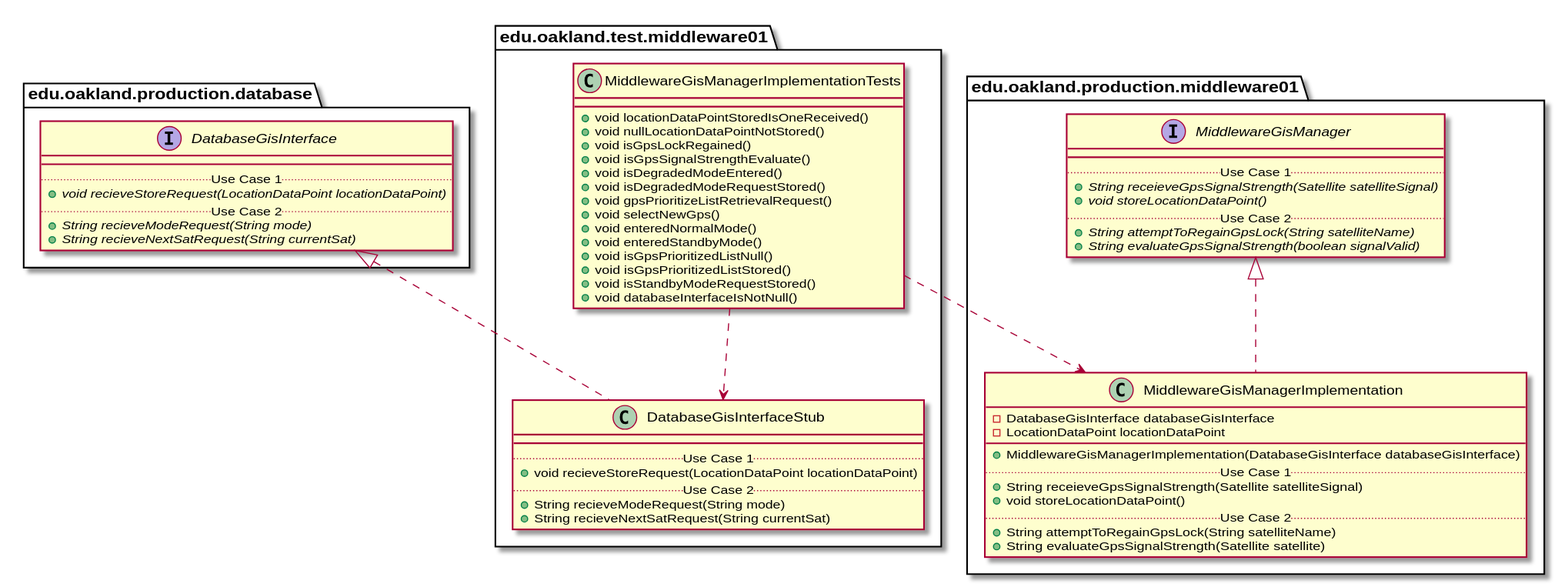
Earlier version of the PlantUML export docs/uml-class-diagrams/middleware01/test/MiddlewareGisManagerImplementationTests/MiddlewareGisManagerImplementationTests_Closure.svg (andrewdimmer/csi-3370-software-project).
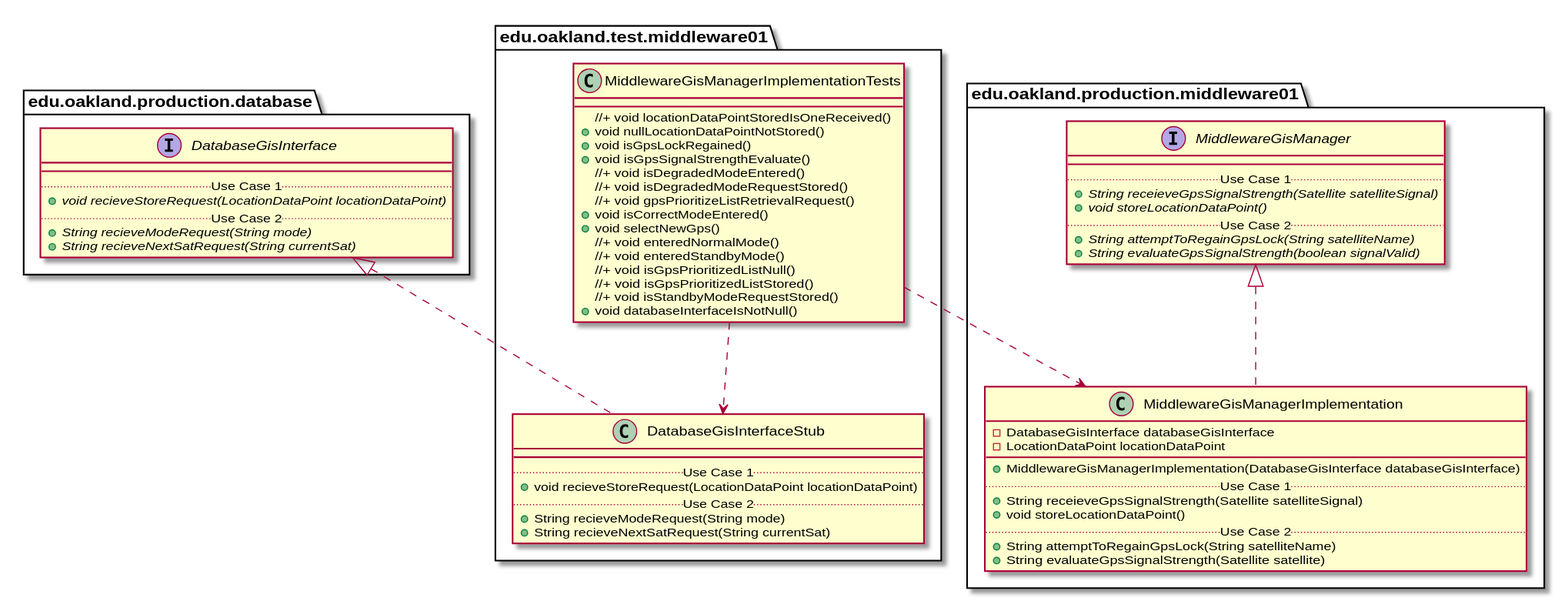
After the change.

The edit, as a diff of the source:
```diff
@@ -3,19 +3,20 @@
 
 package edu.oakland.test.middleware01 {
   class MiddlewareGisManagerImplementationTests {
-    + void locationDataPointStoredIsOneReceived()
+    //+ void locationDataPointStoredIsOneReceived()
     + void nullLocationDataPointNotStored()
     + void isGpsLockRegained()
     + void isGpsSignalStrengthEvaluate()
-    + void isDegradedModeEntered()
-    + void isDegradedModeRequestStored()
-    + void gpsPrioritizeListRetrievalRequest()
+    //+ void isDegradedModeEntered()
+    //+ void isDegradedModeRequestStored()
+    //+ void gpsPrioritizeListRetrievalRequest()
+    + void isCorrectModeEntered()
     + void selectNewGps()
-    + void enteredNormalMode()
-    + void enteredStandbyMode()
-    + void isGpsPrioritizedListNull()
-    + void isGpsPrioritizedListStored()
-    + void isStandbyModeRequestStored()
+    //+ void enteredNormalMode()
+    //+ void enteredStandbyMode()
+    //+ void isGpsPrioritizedListNull()
+    //+ void isGpsPrioritizedListStored()
+    //+ void isStandbyModeRequestStored()
     + void databaseInterfaceIsNotNull()
   }
 }
```
